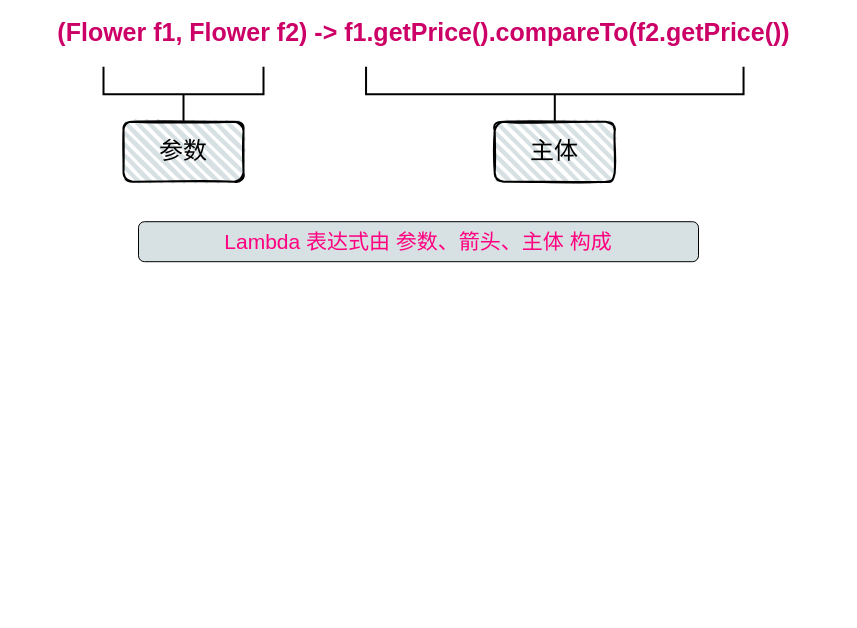
Above: Lambda.drawio in C-wx/MindManager (draw.io), before the change. Source tidied: cells renumbered, new cells numbered last; positions are measured from the earlier drawing's top-left corner, leaving out a move shared by most shapes. Both pictures are drawn from the tidied source at 100%, with x=0, y=0 at pixel (48, -95).
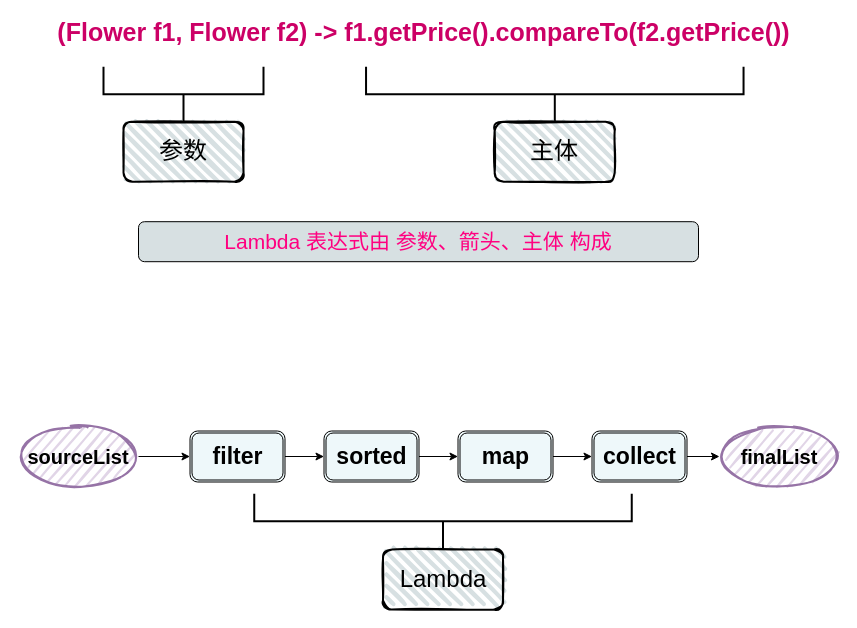
The same diagram, later.

Diff of the diagram source:
```diff
@@
+    <mxCell id="8" style="edgeStyle=orthogonalEdgeStyle;rounded=0;jettySize=auto;html=1;" parent="1" edge="1" source="9" target="11">
+      <mxGeometry relative="1" as="geometry" />
+    </mxCell>
+    <mxCell id="9" value="&lt;font style=&quot;font-size: 23px&quot;&gt;&lt;b&gt;filter&lt;/b&gt;&lt;/font&gt;" style="shape=ext;double=1;rounded=1;whiteSpace=wrap;html=1;fillColor=#EEF8FA;" parent="1" vertex="1">
+      <mxGeometry x="141.5" y="525.5" width="95" height="51" as="geometry" />
+    </mxCell>
+    <mxCell id="10" style="edgeStyle=orthogonalEdgeStyle;rounded=0;jettySize=auto;html=1;" parent="1" edge="1" source="11" target="13">
+      <mxGeometry relative="1" as="geometry" />
+    </mxCell>
+    <mxCell id="11" value="&lt;font style=&quot;font-size: 23px&quot;&gt;&lt;b&gt;sorted&lt;/b&gt;&lt;/font&gt;" style="shape=ext;double=1;rounded=1;whiteSpace=wrap;html=1;fillColor=#EEF8FA;" parent="1" vertex="1">
+      <mxGeometry x="275.5" y="525.5" width="95" height="51" as="geometry" />
+    </mxCell>
+    <mxCell id="12" style="edgeStyle=orthogonalEdgeStyle;rounded=0;jettySize=auto;html=1;" parent="1" edge="1" source="13" target="15">
+      <mxGeometry relative="1" as="geometry" />
+    </mxCell>
+    <mxCell id="13" value="&lt;span style=&quot;font-size: 23px&quot;&gt;&lt;b&gt;map&lt;/b&gt;&lt;/span&gt;" style="shape=ext;double=1;rounded=1;whiteSpace=wrap;html=1;fillColor=#EEF8FA;" parent="1" vertex="1">
+      <mxGeometry x="409.5" y="525.5" width="95" height="51" as="geometry" />
+    </mxCell>
+    <mxCell id="14" style="edgeStyle=orthogonalEdgeStyle;rounded=0;jettySize=auto;html=1;" parent="1" edge="1" source="15" target="18">
+      <mxGeometry relative="1" as="geometry" />
+    </mxCell>
+    <mxCell id="15" value="&lt;font style=&quot;font-size: 23px&quot;&gt;&lt;b&gt;collect&lt;/b&gt;&lt;/font&gt;" style="shape=ext;double=1;rounded=1;whiteSpace=wrap;html=1;fillColor=#EEF8FA;" parent="1" vertex="1">
+      <mxGeometry x="543.5" y="525.5" width="95" height="51" as="geometry" />
+    </mxCell>
+    <mxCell id="16" style="edgeStyle=orthogonalEdgeStyle;rounded=0;jettySize=auto;html=1;" parent="1" edge="1" source="17" target="9">
+      <mxGeometry relative="1" as="geometry" />
+    </mxCell>
+    <mxCell id="17" value="&lt;font style=&quot;font-size: 20px&quot;&gt;&lt;b&gt;sourceList&lt;/b&gt;&lt;/font&gt;" style="ellipse;whiteSpace=wrap;html=1;strokeWidth=2;fillWeight=2;hachureGap=8;fillStyle=dots;sketch=1;fillColor=#e1d5e7;strokeColor=#9673a6;" parent="1" vertex="1">
+      <mxGeometry x="-30" y="521" width="120" height="60" as="geometry" />
+    </mxCell>
+    <mxCell id="18" value="&lt;font style=&quot;font-size: 20px&quot;&gt;&lt;b&gt;finalList&lt;/b&gt;&lt;/font&gt;" style="ellipse;whiteSpace=wrap;html=1;strokeWidth=2;fillWeight=2;hachureGap=8;fillStyle=dots;sketch=1;fillColor=#e1d5e7;strokeColor=#9673a6;" parent="1" vertex="1">
+      <mxGeometry x="671" y="521" width="120" height="60" as="geometry" />
+    </mxCell>
+    <mxCell id="19" style="strokeWidth=2;html=1;shape=mxgraph.flowchart.annotation_2;align=left;labelPosition=right;rotation=-90;" parent="1" vertex="1">
+      <mxGeometry x="367" y="427" width="55" height="377.5" as="geometry" />
+    </mxCell>
+    <mxCell id="20" value="&lt;font style=&quot;font-size: 24px&quot;&gt;Lambda&lt;/font&gt;" style="rounded=1;whiteSpace=wrap;html=1;strokeWidth=2;fillWeight=4;hachureGap=8;hachureAngle=45;sketch=1;fillColor=#D7E0E2;" parent="1" vertex="1">
+      <mxGeometry x="334.5" y="644" width="120" height="60" as="geometry" />
+    </mxCell>
```
